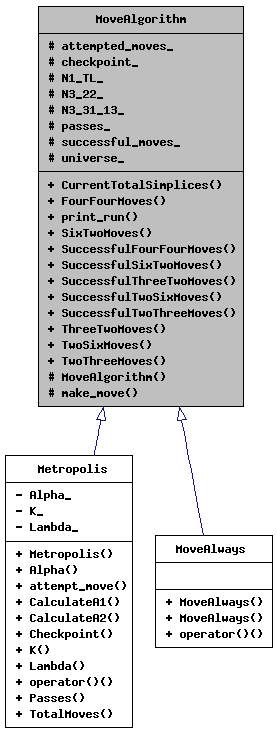
This is class_move_algorithm__inherit__graph.png from acgetchell/CDT-plusplus, a Graphviz export, as it was before one commit. Its source is kept beside it as class_move_algorithm__inherit__graph.dot. The source it was exported from:
```dot
digraph "MoveAlgorithm"
{
  edge [fontname="Helvetica",fontsize="10",labelfontname="Helvetica",labelfontsize="10"];
  node [fontname="Helvetica",fontsize="10",shape=record];
  Node1 [label="{MoveAlgorithm\n|# attempted_moves_\l# checkpoint_\l# N1_TL_\l# N3_22_\l# N3_31_13_\l# passes_\l# successful_moves_\l# universe_\l|+ CurrentTotalSimplices()\l+ FourFourMoves()\l+ print_run()\l+ SixTwoMoves()\l+ SuccessfulFourFourMoves()\l+ SuccessfulSixTwoMoves()\l+ SuccessfulThreeTwoMoves()\l+ SuccessfulTwoSixMoves()\l+ SuccessfulTwoThreeMoves()\l+ ThreeTwoMoves()\l+ TwoSixMoves()\l+ TwoThreeMoves()\l# MoveAlgorithm()\l# make_move()\l}",height=0.2,width=0.4,color="black", fillcolor="grey75", style="filled", fontcolor="black",tooltip="Base class for move algorithms."];
  Node1 -> Node2 [dir="back",color="midnightblue",fontsize="10",style="solid",arrowtail="onormal",fontname="Helvetica"];
  Node2 [label="{Metropolis\n|- Alpha_\l- K_\l- Lambda_\l|+ Metropolis()\l+ Alpha()\l+ attempt_move()\l+ CalculateA1()\l+ CalculateA2()\l+ Checkpoint()\l+ K()\l+ Lambda()\l+ operator()()\l+ Passes()\l+ TotalMoves()\l}",height=0.2,width=0.4,color="black", fillcolor="white", style="filled",URL="$class_metropolis.html",tooltip="Metropolis-Hastings algorithm function object."];
  Node1 -> Node3 [dir="back",color="midnightblue",fontsize="10",style="solid",arrowtail="onormal",fontname="Helvetica"];
  Node3 [label="{MoveAlways\n||+ MoveAlways()\l+ MoveAlways()\l+ operator()()\l}",height=0.2,width=0.4,color="black", fillcolor="white", style="filled",URL="$class_move_always.html",tooltip=" "];
}
```
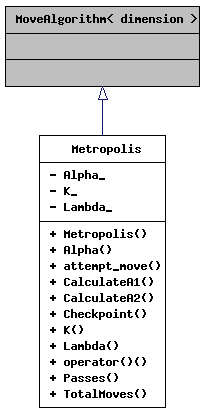
The same file after the commit.

The edit, as a diff of the source:
```diff
@@ -1,10 +1,8 @@
-digraph "MoveAlgorithm"
+digraph "MoveAlgorithm&lt; dimension &gt;"
 {
   edge [fontname="Helvetica",fontsize="10",labelfontname="Helvetica",labelfontsize="10"];
   node [fontname="Helvetica",fontsize="10",shape=record];
-  Node1 [label="{MoveAlgorithm\n|# attempted_moves_\l# checkpoint_\l# N1_TL_\l# N3_22_\l# N3_31_13_\l# passes_\l# successful_moves_\l# universe_\l|+ CurrentTotalSimplices()\l+ FourFourMoves()\l+ print_run()\l+ SixTwoMoves()\l+ SuccessfulFourFourMoves()\l+ SuccessfulSixTwoMoves()\l+ SuccessfulThreeTwoMoves()\l+ SuccessfulTwoSixMoves()\l+ SuccessfulTwoThreeMoves()\l+ ThreeTwoMoves()\l+ TwoSixMoves()\l+ TwoThreeMoves()\l# MoveAlgorithm()\l# make_move()\l}",height=0.2,width=0.4,color="black", fillcolor="grey75", style="filled", fontcolor="black",tooltip="Base class for move algorithms."];
+  Node1 [label="{MoveAlgorithm\< dimension \>\n||}",height=0.2,width=0.4,color="black", fillcolor="grey75", style="filled", fontcolor="black",tooltip=" "];
   Node1 -> Node2 [dir="back",color="midnightblue",fontsize="10",style="solid",arrowtail="onormal",fontname="Helvetica"];
   Node2 [label="{Metropolis\n|- Alpha_\l- K_\l- Lambda_\l|+ Metropolis()\l+ Alpha()\l+ attempt_move()\l+ CalculateA1()\l+ CalculateA2()\l+ Checkpoint()\l+ K()\l+ Lambda()\l+ operator()()\l+ Passes()\l+ TotalMoves()\l}",height=0.2,width=0.4,color="black", fillcolor="white", style="filled",URL="$class_metropolis.html",tooltip="Metropolis-Hastings algorithm function object."];
-  Node1 -> Node3 [dir="back",color="midnightblue",fontsize="10",style="solid",arrowtail="onormal",fontname="Helvetica"];
-  Node3 [label="{MoveAlways\n||+ MoveAlways()\l+ MoveAlways()\l+ operator()()\l}",height=0.2,width=0.4,color="black", fillcolor="white", style="filled",URL="$class_move_always.html",tooltip=" "];
 }
```
